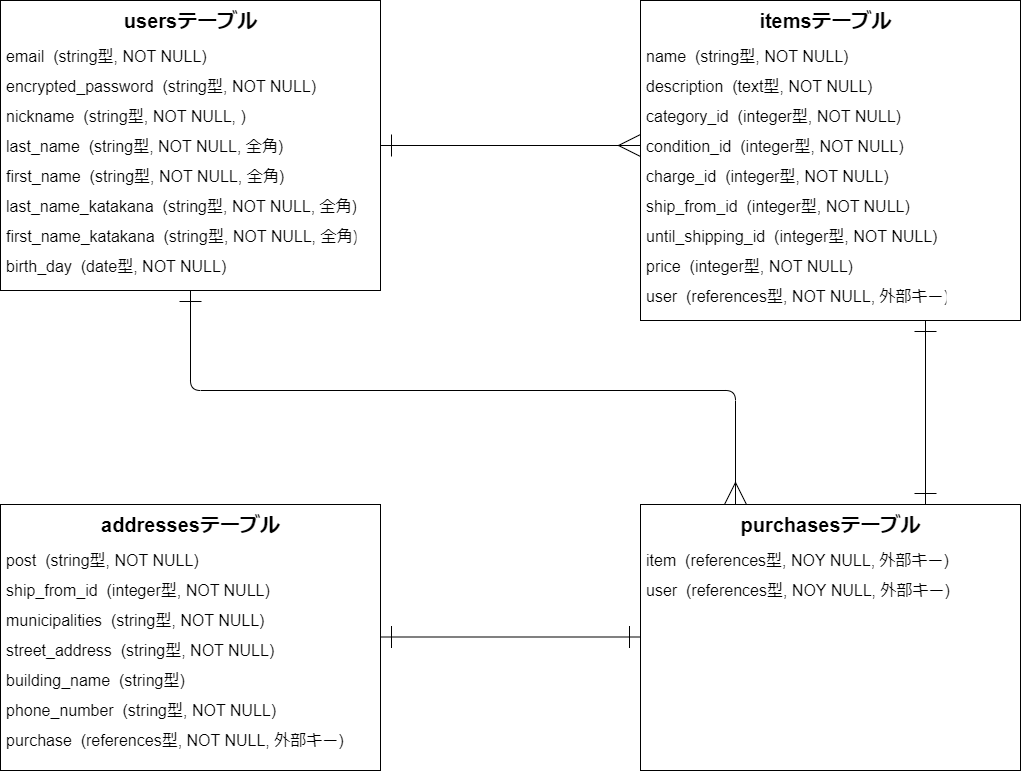
The draw.io diagram .drawio.png in piyofisu/furima-41017, before a commit. Source tidied: cells renumbered, new cells last; positions are measured from the earlier drawing's top-left corner, leaving out a move shared by most shapes.
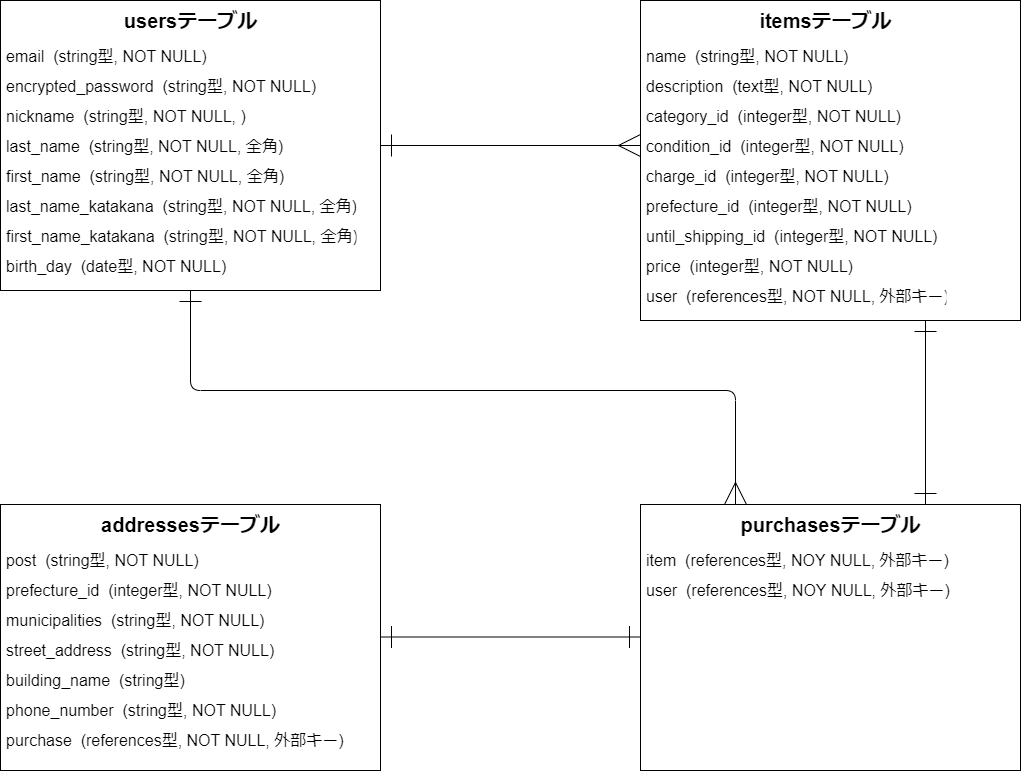
Above is the later version.

Diff of the diagram source:
```diff
@@ -70,7 +70,7 @@
     <mxCell id="22" value="charge_id  (integer型, NOT NULL)" style="text;strokeColor=none;fillColor=none;spacingLeft=4;spacingRight=4;overflow=hidden;fontSize=16;" parent="1" vertex="1">
       <mxGeometry x="640" y="160" width="290" height="30" as="geometry" />
     </mxCell>
-    <mxCell id="23" value="ship_from_id  (integer型, NOT NULL)" style="text;strokeColor=none;fillColor=none;spacingLeft=4;spacingRight=4;overflow=hidden;fontSize=16;" parent="1" vertex="1">
+    <mxCell id="23" value="prefecture_id  (integer型, NOT NULL)" style="text;strokeColor=none;fillColor=none;spacingLeft=4;spacingRight=4;overflow=hidden;fontSize=16;" parent="1" vertex="1">
       <mxGeometry x="640" y="190" width="320" height="30" as="geometry" />
     </mxCell>
     <mxCell id="24" value="until_shipping_id  (integer型, NOT NULL)" style="text;strokeColor=none;fillColor=none;spacingLeft=4;spacingRight=4;overflow=hidden;fontSize=16;" parent="1" vertex="1">
@@ -91,7 +91,7 @@
     <mxCell id="29" value="post  (string型, NOT NULL)" style="text;strokeColor=none;fillColor=none;spacingLeft=4;spacingRight=4;overflow=hidden;fontSize=16;" parent="1" vertex="1">
       <mxGeometry y="544" width="270" height="30" as="geometry" />
     </mxCell>
-    <mxCell id="30" value="ship_from_id  (integer型, NOT NULL)" style="text;strokeColor=none;fillColor=none;spacingLeft=4;spacingRight=4;overflow=hidden;fontSize=16;" parent="1" vertex="1">
+    <mxCell id="30" value="prefecture_id  (integer型, NOT NULL)" style="text;strokeColor=none;fillColor=none;spacingLeft=4;spacingRight=4;overflow=hidden;fontSize=16;" parent="1" vertex="1">
       <mxGeometry y="574" width="320" height="30" as="geometry" />
     </mxCell>
     <mxCell id="31" value="municipalities  (string型, NOT NULL)" style="text;strokeColor=none;fillColor=none;spacingLeft=4;spacingRight=4;overflow=hidden;fontSize=16;" parent="1" vertex="1">
```
